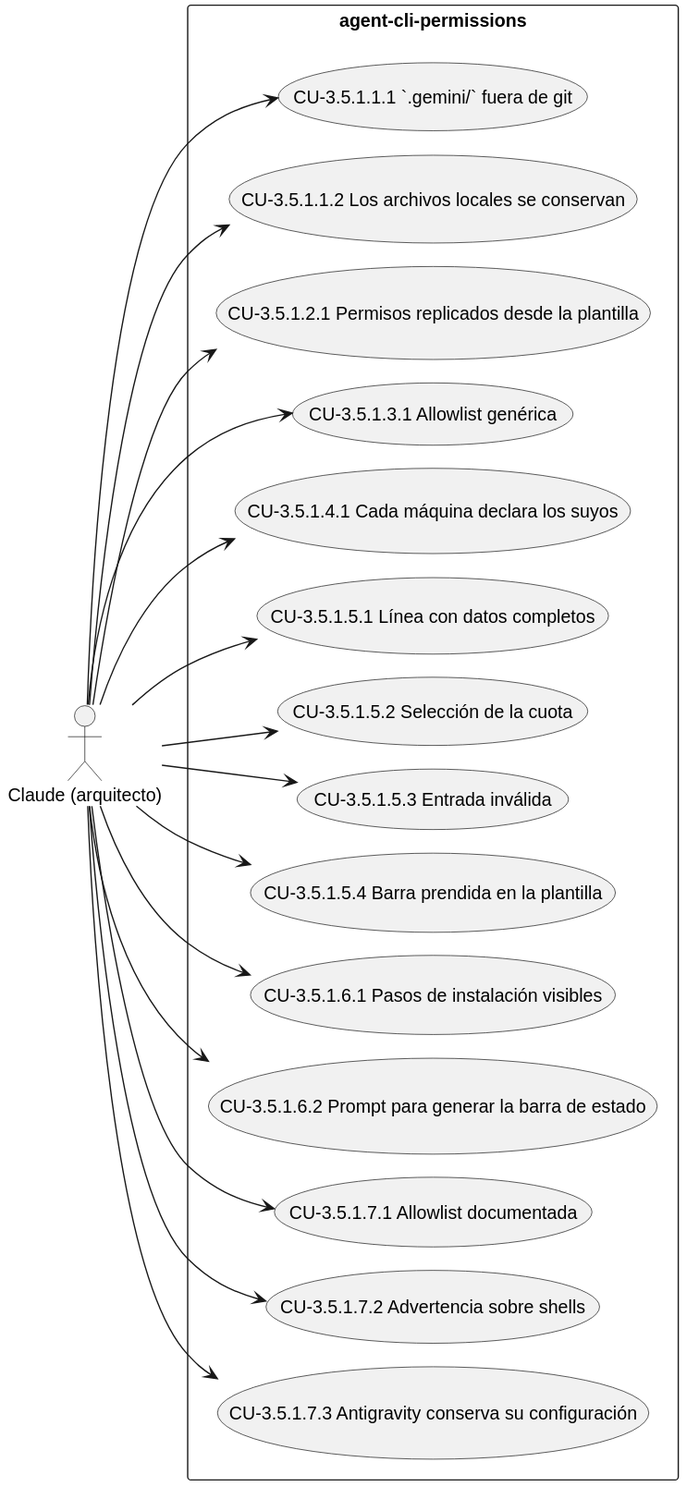
Above: docs/diagramas/CAP-3.5.1.svg in Lautaro-Montecchiani/sdd-global-config (PlantUML), before the change. Source of this version:
```plantuml
@startuml
!pragma layout smetana
left to right direction
actor "Claude (arquitecto)" as A1
rectangle "agent-cli-permissions" {
  usecase "CU-3.5.1.1.1 `.gemini/` fuera de git" as UC_3_5_1_1_1
  usecase "CU-3.5.1.1.2 Los archivos locales se conservan" as UC_3_5_1_1_2
  usecase "CU-3.5.1.2.1 Permisos replicados desde la plantilla" as UC_3_5_1_2_1
  usecase "CU-3.5.1.3.1 Allowlist genérica" as UC_3_5_1_3_1
  usecase "CU-3.5.1.4.1 Cada máquina declara los suyos" as UC_3_5_1_4_1
  usecase "CU-3.5.1.5.1 Línea con datos completos" as UC_3_5_1_5_1
  usecase "CU-3.5.1.5.2 Selección de la cuota" as UC_3_5_1_5_2
  usecase "CU-3.5.1.5.3 Entrada inválida" as UC_3_5_1_5_3
  usecase "CU-3.5.1.5.4 Barra prendida en la plantilla" as UC_3_5_1_5_4
  usecase "CU-3.5.1.6.1 Pasos de instalación visibles" as UC_3_5_1_6_1
  usecase "CU-3.5.1.6.2 Prompt para generar la barra de estado" as UC_3_5_1_6_2
  usecase "CU-3.5.1.7.1 Allowlist documentada" as UC_3_5_1_7_1
  usecase "CU-3.5.1.7.2 Advertencia sobre shells" as UC_3_5_1_7_2
  usecase "CU-3.5.1.7.3 Antigravity conserva su configuración" as UC_3_5_1_7_3
}
A1 --> UC_3_5_1_1_1
A1 --> UC_3_5_1_1_2
A1 --> UC_3_5_1_2_1
A1 --> UC_3_5_1_3_1
A1 --> UC_3_5_1_4_1
A1 --> UC_3_5_1_5_1
A1 --> UC_3_5_1_5_2
A1 --> UC_3_5_1_5_3
A1 --> UC_3_5_1_5_4
A1 --> UC_3_5_1_6_1
A1 --> UC_3_5_1_6_2
A1 --> UC_3_5_1_7_1
A1 --> UC_3_5_1_7_2
A1 --> UC_3_5_1_7_3
@enduml
```
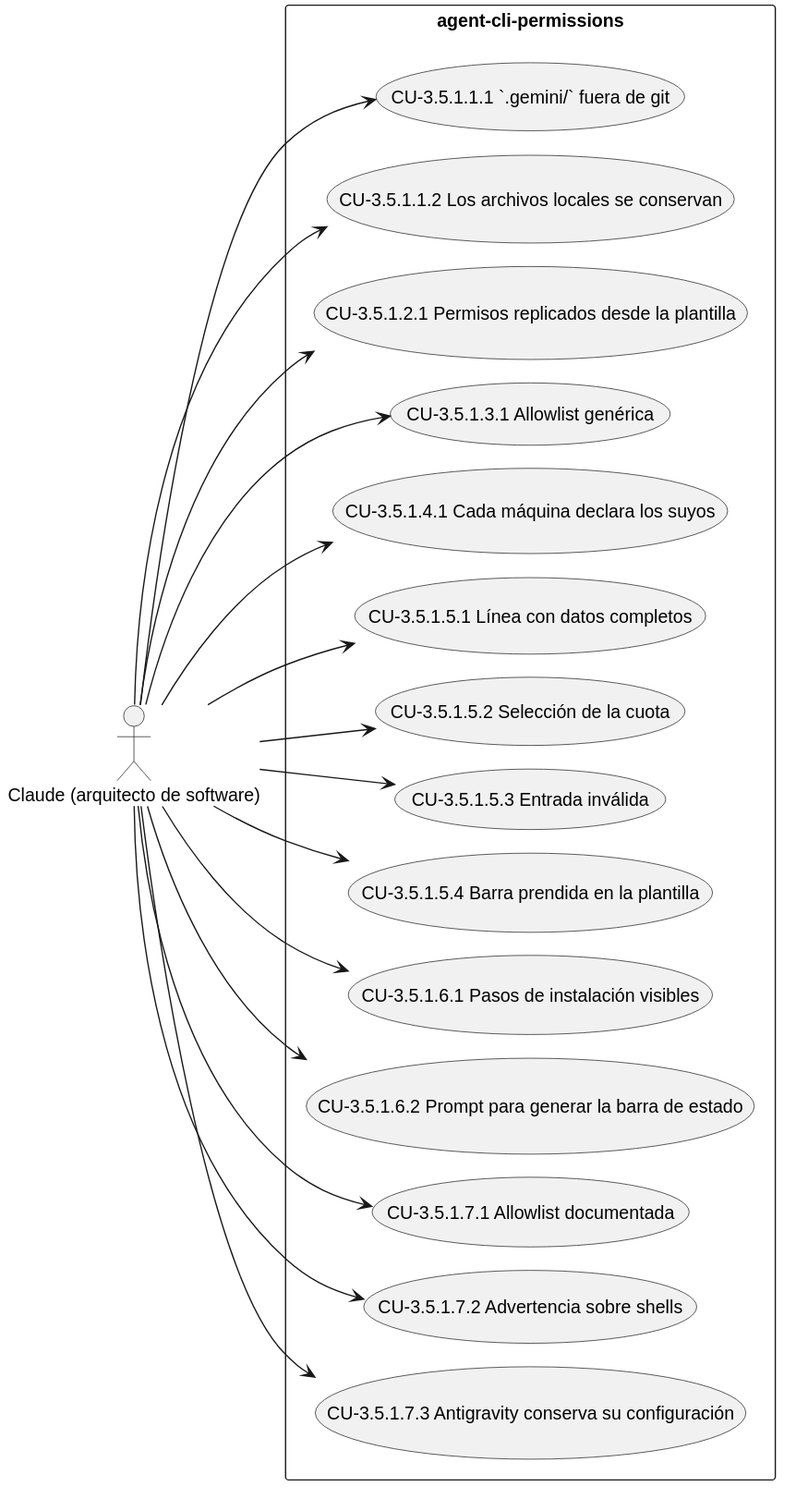
Above is the later version.

What changed in the source:
```diff
@@ -1,7 +1,7 @@
 @startuml
 !pragma layout smetana
 left to right direction
-actor "Claude (arquitecto)" as A1
+actor "Claude (arquitecto de software)" as A1
 rectangle "agent-cli-permissions" {
   usecase "CU-3.5.1.1.1 `.gemini/` fuera de git" as UC_3_5_1_1_1
   usecase "CU-3.5.1.1.2 Los archivos locales se conservan" as UC_3_5_1_1_2
```
